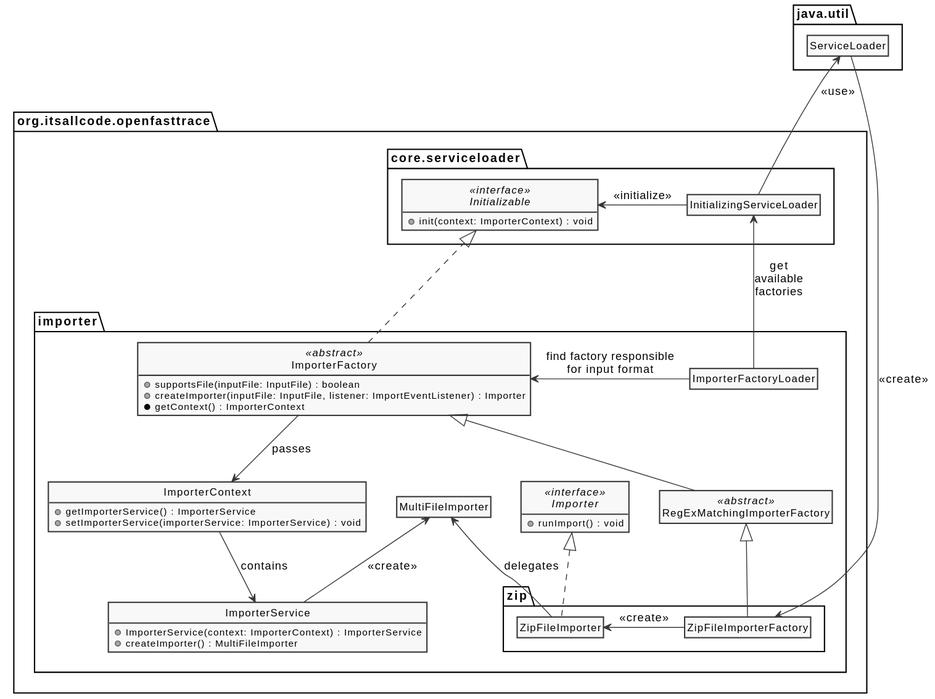
Before: doc/images/uml/class/cl_importer_overview.svg, a diagram exported from PlantUML (itsallcode/openfasttrace).
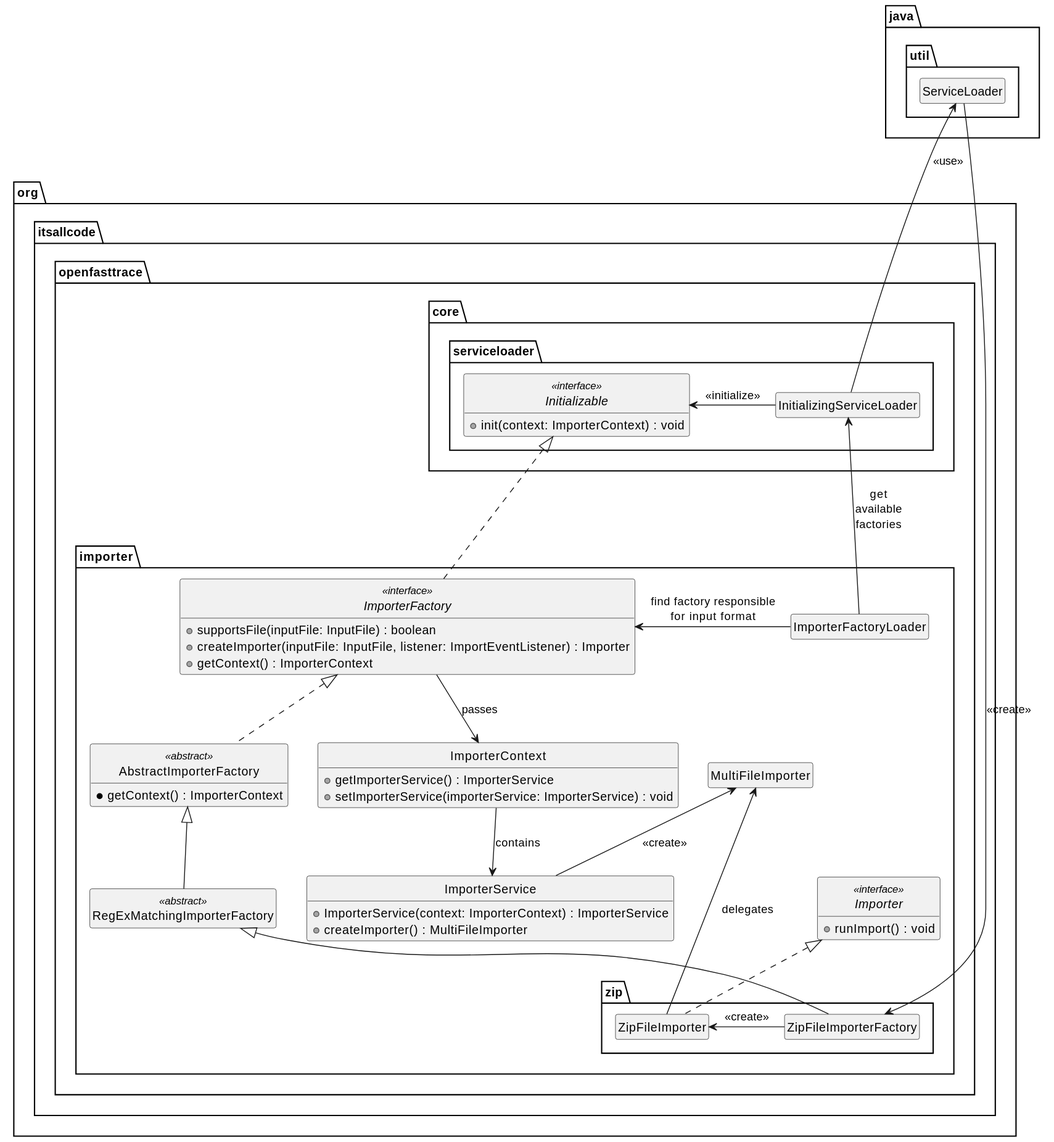
Above is the later version.

Diff of the diagram source:
```diff
@@ -20,9 +20,13 @@
             + runImport() : void
         }
 
-        class ImporterFactory <<abstract>> {
+        interface ImporterFactory <<interface>> {
             + supportsFile(inputFile: InputFile) : boolean
             + createImporter(inputFile: InputFile, listener: ImportEventListener) : Importer
+            + getContext() : ImporterContext
+        }
+
+        class AbstractImporterFactory <<abstract>> {
             * getContext() : ImporterContext
         }
 
@@ -49,7 +53,8 @@
             ZipFileImporterFactory -left-> ZipFileImporter : <<create>>
         }
 
-        RegExMatchingImporterFactory -up-|> ImporterFactory
+        AbstractImporterFactory .up.|> ImporterFactory
+        RegExMatchingImporterFactory -up-|> AbstractImporterFactory
         ZipFileImporterFactory -up-|> RegExMatchingImporterFactory
         ImporterContext -down-> ImporterService : contains
         ImporterService -up-> MultiFileImporter : <<create>>
@@ -76,5 +81,4 @@
 
 ServiceLoader -down-> ZipFileImporterFactory : <<create>>
 InitializingServiceLoader -up-> ServiceLoader : <<use>>
-
 @enduml
```
